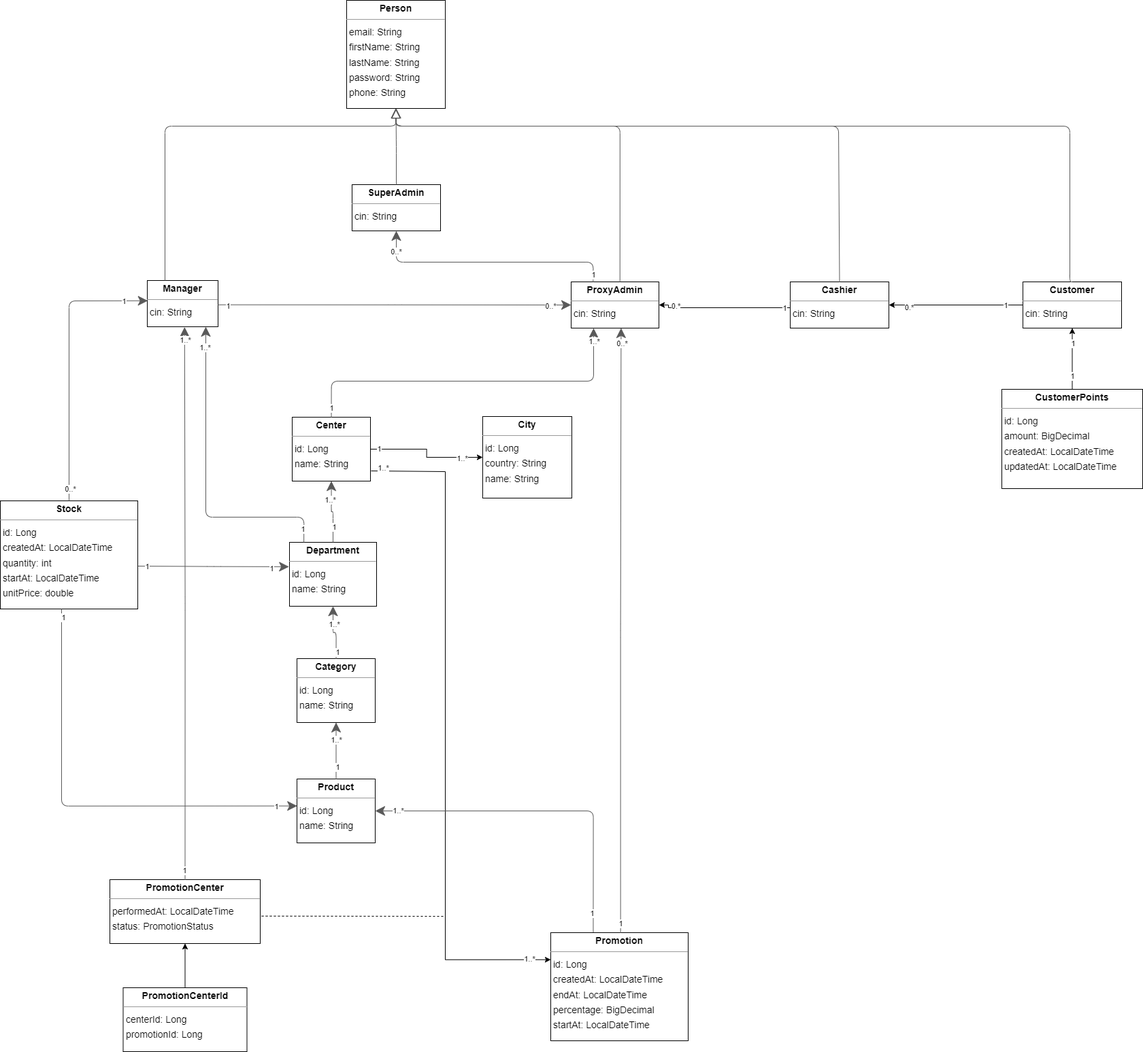
Before: UML/Class Diagrame/MarjaneApiPng.png, a diagram exported from draw.io (MHkif/MarjaneApi). Source tidied: cells renumbered, new cells last; positions are measured from the earlier drawing's top-left corner, leaving out a move shared by most shapes.
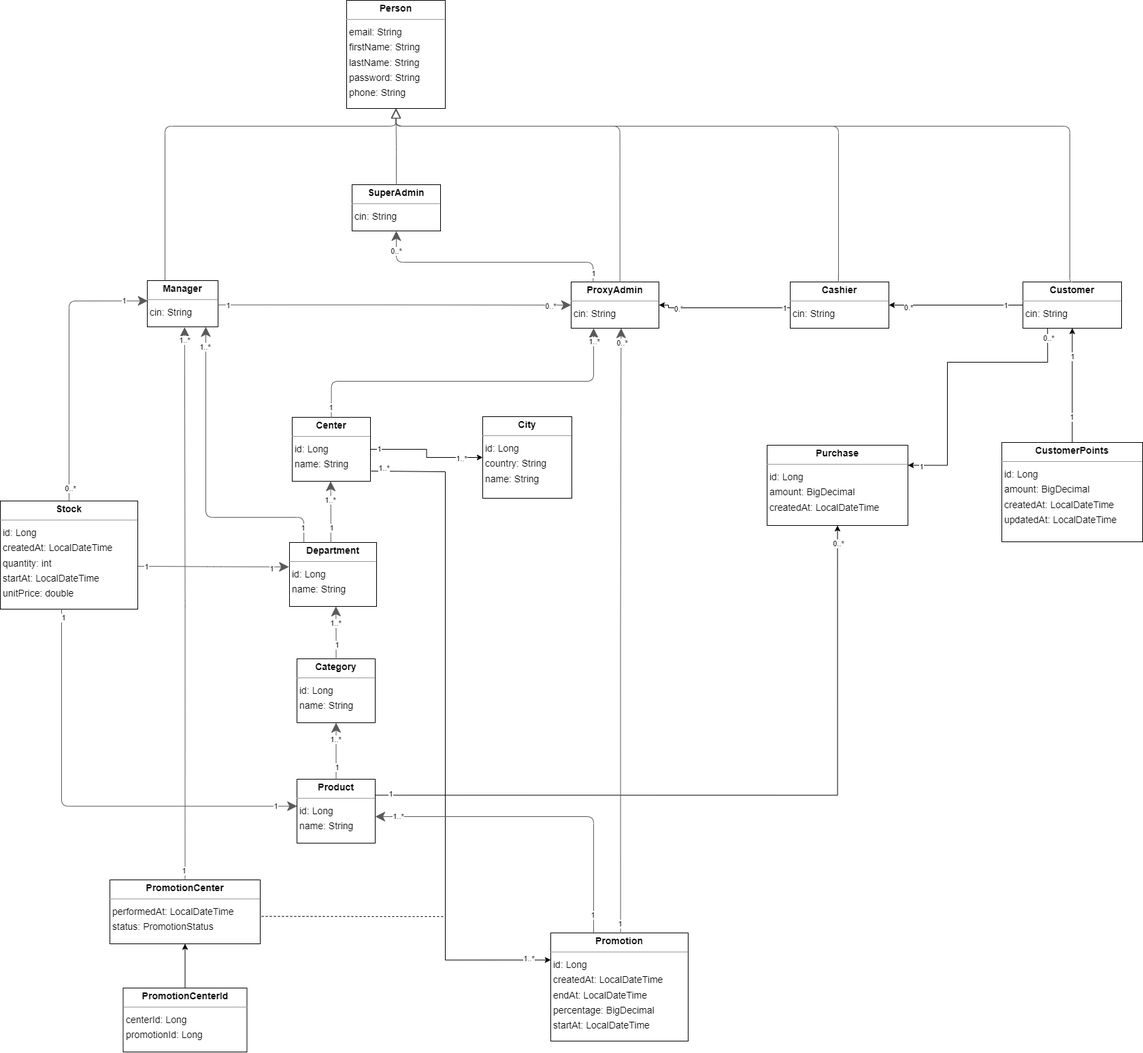
Later version of the same file.

Diff of the diagram source:
```diff
@@ -49,6 +49,21 @@
     <mxCell id="13" value="&lt;p style=&quot;margin:0px;margin-top:4px;text-align:center;&quot;&gt;&lt;b&gt;Person&lt;/b&gt;&lt;/p&gt;&lt;hr size=&quot;1&quot;/&gt;&lt;p style=&quot;margin:0 0 0 4px;line-height:1.6;&quot;&gt; email:  String &lt;br/&gt; firstName:  String &lt;br/&gt; lastName:  String &lt;br/&gt; password:  String &lt;br/&gt; phone:  String &lt;/p&gt;" style="verticalAlign=top;align=left;overflow=fill;fontSize=14;fontFamily=Helvetica;html=1;rounded=0;shadow=0;comic=0;labelBackgroundColor=none;strokeWidth=1;" parent="1" vertex="1">
       <mxGeometry x="646" width="145" height="159" as="geometry" />
     </mxCell>
+    <mxCell id="82" style="edgeStyle=orthogonalEdgeStyle;rounded=0;jettySize=auto;html=1;exitX=1;exitY=0.25;exitDx=0;exitDy=0;entryX=0.5;entryY=1;entryDx=0;entryDy=0;" parent="1" edge="1" source="14" target="90">
+      <mxGeometry relative="1" as="geometry">
+        <Array as="points">
+          <mxPoint x="1367" y="1169" />
+        </Array>
+      </mxGeometry>
+    </mxCell>
+    <mxCell id="83" value="0..*" style="edgeLabel;html=1;align=center;verticalAlign=middle;" parent="82" vertex="1">
+      <mxGeometry x="0.95" y="-1" relative="1" as="geometry">
+        <mxPoint y="-1" as="offset" />
+      </mxGeometry>
+    </mxCell>
+    <mxCell id="84" value="1" style="edgeLabel;html=1;align=center;verticalAlign=middle;" parent="82" vertex="1">
+      <mxGeometry x="-0.96" y="2" relative="1" as="geometry" />
+    </mxCell>
     <mxCell id="14" value="&lt;p style=&quot;margin:0px;margin-top:4px;text-align:center;&quot;&gt;&lt;b&gt;Product&lt;/b&gt;&lt;/p&gt;&lt;hr size=&quot;1&quot;/&gt;&lt;p style=&quot;margin:0 0 0 4px;line-height:1.6;&quot;&gt; id:  Long &lt;br/&gt; name:  String &lt;/p&gt;" style="verticalAlign=top;align=left;overflow=fill;fontSize=14;fontFamily=Helvetica;html=1;rounded=0;shadow=0;comic=0;labelBackgroundColor=none;strokeWidth=1;" parent="1" vertex="1">
       <mxGeometry x="573" y="1145" width="115" height="94" as="geometry" />
     </mxCell>
@@ -73,17 +88,6 @@
     <mxCell id="21" value="&lt;p style=&quot;margin:0px;margin-top:4px;text-align:center;&quot;&gt;&lt;b&gt;SuperAdmin&lt;/b&gt;&lt;/p&gt;&lt;hr size=&quot;1&quot;/&gt;&lt;p style=&quot;margin:0 0 0 4px;line-height:1.6;&quot;&gt; cin:  String &lt;/p&gt;" style="verticalAlign=top;align=left;overflow=fill;fontSize=14;fontFamily=Helvetica;html=1;rounded=0;shadow=0;comic=0;labelBackgroundColor=none;strokeWidth=1;" parent="1" vertex="1">
       <mxGeometry x="654" y="271" width="130" height="68" as="geometry" />
     </mxCell>
-    <mxCell id="22" style="html=1;rounded=1;edgeStyle=orthogonalEdgeStyle;dashed=0;startArrow=none;endArrow=classic;endSize=12;strokeColor=#595959;exitX=0.500;exitY=0.000;exitDx=0;exitDy=0;entryX=0.500;entryY=1.000;entryDx=0;entryDy=0;" parent="1" edge="1" source="5" target="11">
-      <mxGeometry relative="1" as="geometry" />
-    </mxCell>
-    <mxCell id="23" value="1..*" style="edgeLabel;html=1;align=center;verticalAlign=middle;" parent="22" vertex="1">
-      <mxGeometry x="0.53" y="-1" relative="1" as="geometry">
-        <mxPoint y="6" as="offset" />
-      </mxGeometry>
-    </mxCell>
-    <mxCell id="24" value="1" style="edgeLabel;html=1;align=center;verticalAlign=middle;" parent="22" vertex="1">
-      <mxGeometry x="-0.73" y="-1" relative="1" as="geometry" />
-    </mxCell>
     <mxCell id="25" style="html=1;rounded=1;edgeStyle=orthogonalEdgeStyle;dashed=0;startArrow=none;endArrow=classic;endSize=12;strokeColor=#595959;exitX=0.500;exitY=0.000;exitDx=0;exitDy=0;entryX=0.228;entryY=1.041;entryDx=0;entryDy=0;" parent="1" edge="1" source="9" target="19">
       <mxGeometry relative="1" as="geometry">
         <Array as="points">
@@ -101,7 +105,7 @@
         <mxPoint y="1" as="offset" />
       </mxGeometry>
     </mxCell>
-    <mxCell id="28" style="html=1;rounded=1;edgeStyle=orthogonalEdgeStyle;dashed=0;startArrow=none;endArrow=classic;endSize=12;strokeColor=#595959;exitX=1.000;exitY=0.575;exitDx=0;exitDy=0;entryX=0.000;entryY=0.556;entryDx=0;entryDy=0;" parent="1" edge="1" source="x">
+    <mxCell id="28" style="html=1;rounded=1;edgeStyle=orthogonalEdgeStyle;dashed=0;startArrow=none;endArrow=classic;endSize=12;strokeColor=#595959;exitX=1.000;exitY=0.575;exitDx=0;exitDy=0;entryX=0.000;entryY=0.556;entryDx=0;entryDy=0;" parent="1" edge="1">
       <mxGeometry relative="1" as="geometry">
         <mxPoint y="453.7" as="targetPoint" />
       </mxGeometry>
@@ -114,8 +118,14 @@
         <mxPoint x="-6" as="offset" />
       </mxGeometry>
     </mxCell>
-    <mxCell id="31" style="html=1;rounded=1;edgeStyle=orthogonalEdgeStyle;dashed=0;startArrow=none;endArrow=classic;endSize=12;strokeColor=#595959;entryX=0.500;entryY=1.001;entryDx=0;entryDy=0;exitX=0.5;exitY=0;exitDx=0;exitDy=0;" parent="1" edge="1" source="11" target="9">
-      <mxGeometry relative="1" as="geometry" />
+    <mxCell id="31" style="html=1;rounded=1;edgeStyle=orthogonalEdgeStyle;dashed=0;startArrow=none;endArrow=classic;endSize=12;strokeColor=#595959;entryX=0.500;entryY=1.001;entryDx=0;entryDy=0;exitX=0.475;exitY=0.001;exitDx=0;exitDy=0;exitPerimeter=0;" parent="1" edge="1" source="11">
+      <mxGeometry relative="1" as="geometry">
+        <mxPoint x="622.5" y="707" as="targetPoint" />
+        <Array as="points">
+          <mxPoint x="623" y="752" />
+          <mxPoint x="622" y="752" />
+        </Array>
+      </mxGeometry>
     </mxCell>
     <mxCell id="32" value="1" style="edgeLabel;html=1;align=center;verticalAlign=middle;" parent="31" vertex="1">
       <mxGeometry x="-0.8" y="-1" relative="1" as="geometry">
@@ -124,7 +134,7 @@
     </mxCell>
     <mxCell id="33" value="1..*" style="edgeLabel;html=1;align=center;verticalAlign=middle;" parent="31" vertex="1">
       <mxGeometry x="0.5" y="3" relative="1" as="geometry">
-        <mxPoint y="5" as="offset" />
+        <mxPoint x="2" y="5" as="offset" />
       </mxGeometry>
     </mxCell>
     <mxCell id="34" style="html=1;rounded=1;edgeStyle=orthogonalEdgeStyle;dashed=0;startArrow=none;endArrow=classic;endSize=12;strokeColor=#595959;exitX=0.165;exitY=0;exitDx=0;exitDy=0;exitPerimeter=0;" parent="1" edge="1" source="11">
@@ -170,11 +180,12 @@
     <mxCell id="43" value="1" style="edgeLabel;html=1;align=center;verticalAlign=middle;" parent="41" vertex="1">
       <mxGeometry x="-0.57" y="-1" relative="1" as="geometry" />
     </mxCell>
-    <mxCell id="44" style="html=1;rounded=1;edgeStyle=orthogonalEdgeStyle;dashed=0;startArrow=none;endArrow=classic;endSize=12;strokeColor=#595959;exitX=0.25;exitY=0;exitDx=0;exitDy=0;entryX=1;entryY=0.5;entryDx=0;entryDy=0;" parent="1" edge="1" target="14">
+    <mxCell id="44" style="html=1;rounded=1;edgeStyle=orthogonalEdgeStyle;dashed=0;startArrow=none;endArrow=classic;endSize=12;strokeColor=#595959;entryX=1;entryY=0.5;entryDx=0;entryDy=0;" parent="1" edge="1">
       <mxGeometry relative="1" as="geometry">
-        <mxPoint x="1008.5" y="1370.3" as="sourcePoint" />
+        <mxPoint x="1009" y="1372" as="sourcePoint" />
+        <mxPoint x="688" y="1200" as="targetPoint" />
         <Array as="points">
-          <mxPoint x="1009" y="1192" />
+          <mxPoint x="1009" y="1200" />
         </Array>
       </mxGeometry>
     </mxCell>
@@ -306,7 +317,7 @@
       <mxGeometry x="-0.56" y="1" relative="1" as="geometry" />
     </mxCell>
     <mxCell id="75" value="&lt;p style=&quot;margin:0px;margin-top:4px;text-align:center;&quot;&gt;&lt;b&gt;CustomerPoints&lt;/b&gt;&lt;/p&gt;&lt;hr size=&quot;1&quot;/&gt;&lt;p style=&quot;margin:0 0 0 4px;line-height:1.6;&quot;&gt; id:  Long &lt;br/&gt; amount:  BigDecimal &lt;br/&gt; createdAt:  LocalDateTime &lt;br/&gt; updatedAt:  LocalDateTime &lt;/p&gt;" style="verticalAlign=top;align=left;overflow=fill;fontSize=14;fontFamily=Helvetica;html=1;rounded=0;shadow=0;comic=0;labelBackgroundColor=none;strokeWidth=1;" parent="1" vertex="1">
-      <mxGeometry x="1609" y="572" width="207" height="146" as="geometry" />
+      <mxGeometry x="1609" y="650" width="207" height="146" as="geometry" />
     </mxCell>
     <mxCell id="76" style="edgeStyle=orthogonalEdgeStyle;rounded=0;jettySize=auto;html=1;entryX=1;entryY=0.5;entryDx=0;entryDy=0;" parent="1" edge="1" source="79" target="71">
       <mxGeometry relative="1" as="geometry" />
@@ -317,6 +328,21 @@
     <mxCell id="78" value="1" style="edgeLabel;html=1;align=center;verticalAlign=middle;" parent="76" vertex="1">
       <mxGeometry x="-0.74" relative="1" as="geometry" />
     </mxCell>
+    <mxCell id="85" style="edgeStyle=orthogonalEdgeStyle;rounded=0;jettySize=auto;html=1;exitX=0.25;exitY=1;exitDx=0;exitDy=0;entryX=1;entryY=0.25;entryDx=0;entryDy=0;" parent="1" edge="1" source="79" target="90">
+      <mxGeometry relative="1" as="geometry">
+        <Array as="points">
+          <mxPoint x="1676" y="532" />
+          <mxPoint x="1529" y="532" />
+          <mxPoint x="1529" y="683" />
+        </Array>
+      </mxGeometry>
+    </mxCell>
+    <mxCell id="86" value="0..*" style="edgeLabel;html=1;align=center;verticalAlign=middle;" parent="85" vertex="1">
+      <mxGeometry x="-0.93" y="1" relative="1" as="geometry" />
+    </mxCell>
+    <mxCell id="87" value="1" style="edgeLabel;html=1;align=center;verticalAlign=middle;" parent="85" vertex="1">
+      <mxGeometry x="0.91" y="2" relative="1" as="geometry" />
+    </mxCell>
     <mxCell id="79" value="&lt;p style=&quot;margin:0px;margin-top:4px;text-align:center;&quot;&gt;&lt;b&gt;Customer&lt;/b&gt;&lt;/p&gt;&lt;hr size=&quot;1&quot;&gt;&lt;p style=&quot;margin:0 0 0 4px;line-height:1.6;&quot;&gt;cin: String&lt;/p&gt;" style="verticalAlign=top;align=left;overflow=fill;fontSize=14;fontFamily=Helvetica;html=1;rounded=0;shadow=0;comic=0;labelBackgroundColor=none;strokeWidth=1;" parent="1" vertex="1">
       <mxGeometry x="1640" y="414" width="145" height="68" as="geometry" />
     </mxCell>
@@ -340,5 +366,27 @@
         </Array>
       </mxGeometry>
     </mxCell>
+    <mxCell id="88" style="html=1;rounded=1;edgeStyle=orthogonalEdgeStyle;dashed=0;startArrow=none;endArrow=classic;endSize=12;strokeColor=#595959;entryX=0.500;entryY=1.001;entryDx=0;entryDy=0;exitX=0.5;exitY=0;exitDx=0;exitDy=0;" parent="1" edge="1" source="5">
+      <mxGeometry relative="1" as="geometry">
+        <mxPoint x="630.2" y="891" as="targetPoint" />
+        <Array as="points">
+          <mxPoint x="631" y="936" />
+          <mxPoint x="630" y="936" />
+        </Array>
+      </mxGeometry>
+    </mxCell>
+    <mxCell id="89" value="1" style="edgeLabel;html=1;align=center;verticalAlign=middle;" parent="88" vertex="1">
+      <mxGeometry x="-0.8" y="-1" relative="1" as="geometry">
+        <mxPoint y="-13" as="offset" />
+      </mxGeometry>
+    </mxCell>
+    <mxCell id="23" value="1..*" style="edgeLabel;html=1;align=center;verticalAlign=middle;" parent="88" vertex="1">
+      <mxGeometry x="0.5" y="3" relative="1" as="geometry">
+        <mxPoint x="2" y="5" as="offset" />
+      </mxGeometry>
+    </mxCell>
+    <mxCell id="90" value="&lt;p style=&quot;margin:0px;margin-top:4px;text-align:center;&quot;&gt;&lt;b&gt;Purchase&lt;/b&gt;&lt;/p&gt;&lt;hr size=&quot;1&quot;&gt;&lt;p style=&quot;margin:0 0 0 4px;line-height:1.6;&quot;&gt; id:  Long &lt;br&gt; amount:  BigDecimal &lt;br&gt; createdAt:  LocalDateTime&lt;br&gt;&lt;/p&gt;" style="verticalAlign=top;align=left;overflow=fill;fontSize=14;fontFamily=Helvetica;html=1;rounded=0;shadow=0;comic=0;labelBackgroundColor=none;strokeWidth=1;" parent="1" vertex="1">
+      <mxGeometry x="1264" y="654" width="207" height="118" as="geometry" />
+    </mxCell>
   </root>
 </mxGraphModel>
```
